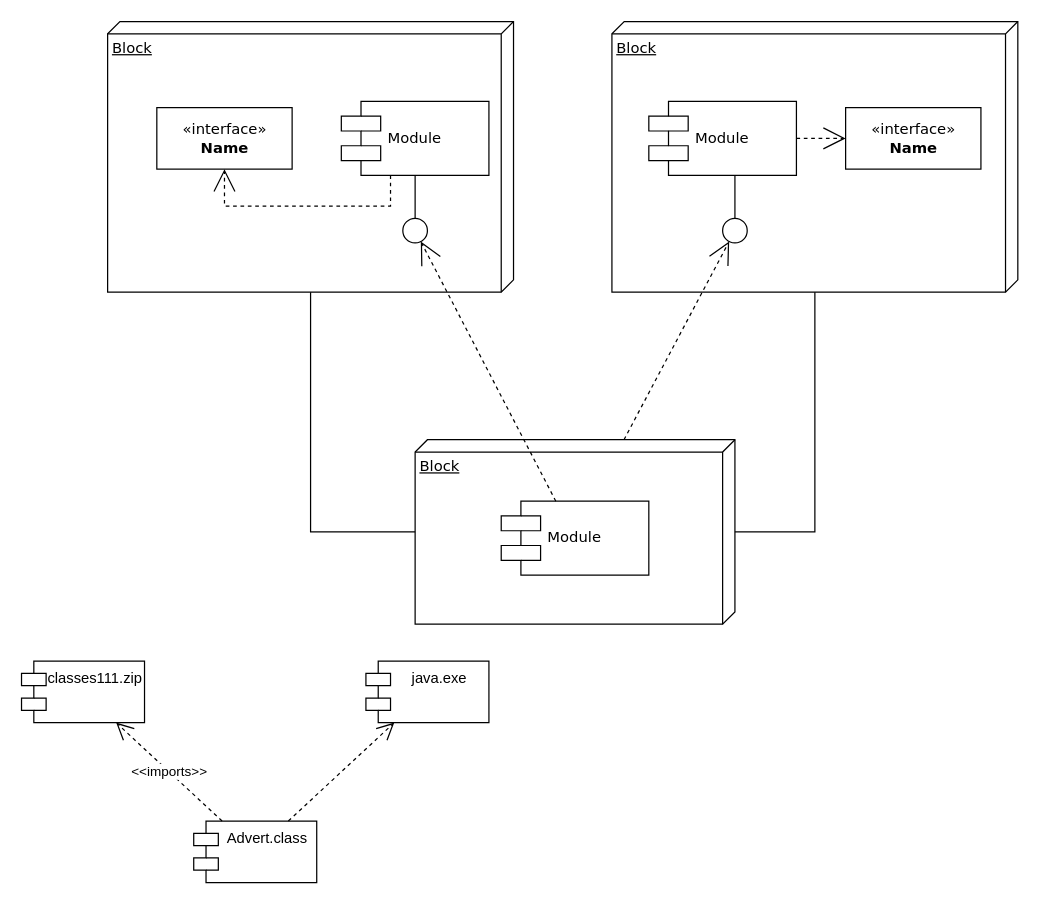
Above: Component_diagram_Homework_1.drawio in jamtings/AA (draw.io), before the change. Source tidied: cells renumbered, new cells numbered last; positions are measured from the earlier drawing's top-left corner, leaving out a move shared by most shapes. Both pictures are drawn from the tidied source at 123%, with x=0, y=0 at pixel (21, 21).
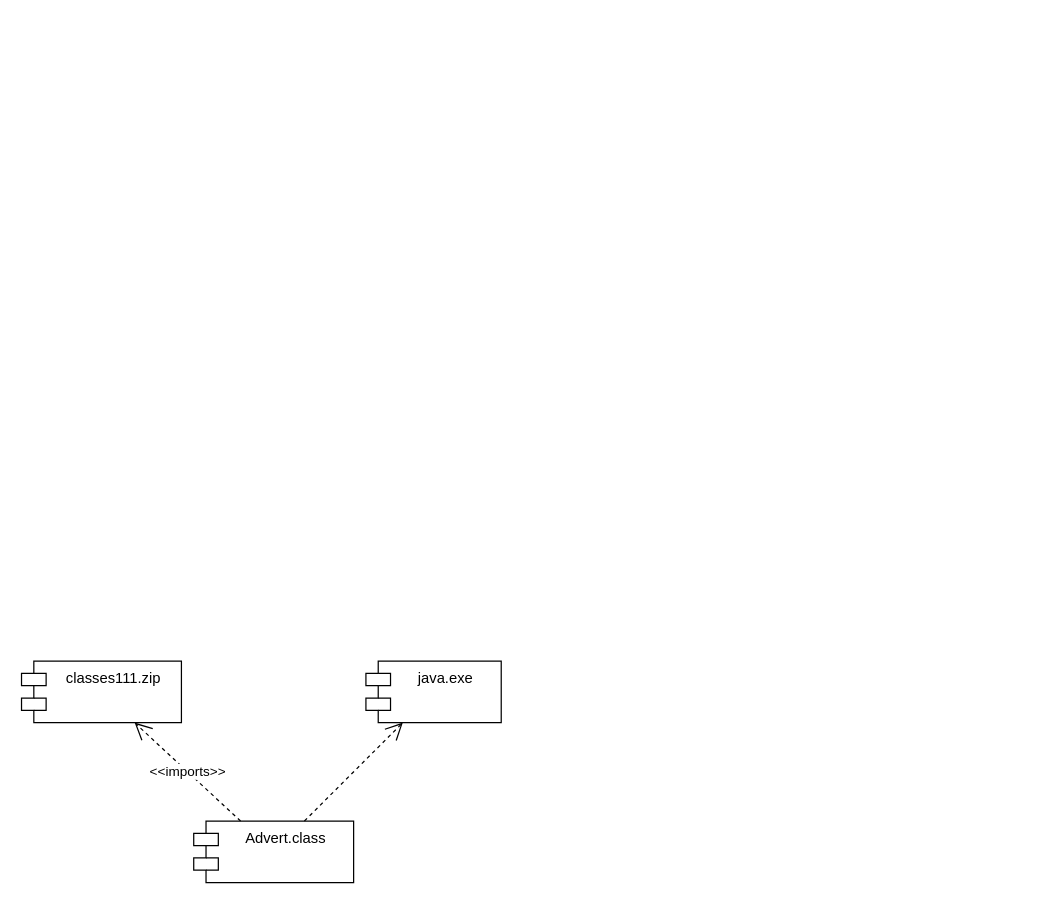
After the change.

Diff of the diagram source:
```diff
@@
-    <mxCell id="2" value="Block" style="verticalAlign=top;align=left;spacingTop=8;spacingLeft=2;spacingRight=12;shape=cube;size=10;direction=south;fontStyle=4;html=1;rounded=0;shadow=0;comic=0;labelBackgroundColor=none;strokeWidth=1;fontFamily=Verdana;fontSize=12;" parent="1" vertex="1">
-      <mxGeometry x="70" width="330" height="220" as="geometry" />
-    </mxCell>
-    <mxCell id="3" value="Block" style="verticalAlign=top;align=left;spacingTop=8;spacingLeft=2;spacingRight=12;shape=cube;size=10;direction=south;fontStyle=4;html=1;rounded=0;shadow=0;comic=0;labelBackgroundColor=none;strokeWidth=1;fontFamily=Verdana;fontSize=12;" parent="1" vertex="1">
-      <mxGeometry x="480" width="330" height="220" as="geometry" />
-    </mxCell>
-    <mxCell id="4" value="Block" style="verticalAlign=top;align=left;spacingTop=8;spacingLeft=2;spacingRight=12;shape=cube;size=10;direction=south;fontStyle=4;html=1;rounded=0;shadow=0;comic=0;labelBackgroundColor=none;strokeWidth=1;fontFamily=Verdana;fontSize=12;" parent="1" vertex="1">
-      <mxGeometry x="320" y="340" width="260" height="150" as="geometry" />
-    </mxCell>
-    <mxCell id="5" value="&amp;laquo;interface&amp;raquo;&lt;br&gt;&lt;b&gt;Name&lt;/b&gt;" style="html=1;rounded=0;shadow=0;comic=0;labelBackgroundColor=none;strokeWidth=1;fontFamily=Verdana;fontSize=12;align=center;" parent="1" vertex="1">
-      <mxGeometry x="110" y="70" width="110" height="50" as="geometry" />
-    </mxCell>
-    <mxCell id="6" value="Module" style="shape=component;align=left;spacingLeft=36;rounded=0;shadow=0;comic=0;labelBackgroundColor=none;strokeWidth=1;fontFamily=Verdana;fontSize=12;html=1;" parent="1" vertex="1">
-      <mxGeometry x="260" y="65" width="120" height="60" as="geometry" />
-    </mxCell>
-    <mxCell id="7" style="ellipse;whiteSpace=wrap;html=1;rounded=0;shadow=0;comic=0;labelBackgroundColor=none;strokeWidth=1;fontFamily=Verdana;fontSize=12;align=center;" parent="1" vertex="1">
-      <mxGeometry x="310" y="160" width="20" height="20" as="geometry" />
-    </mxCell>
-    <mxCell id="8" value="Module" style="shape=component;align=left;spacingLeft=36;rounded=0;shadow=0;comic=0;labelBackgroundColor=none;strokeWidth=1;fontFamily=Verdana;fontSize=12;html=1;" parent="1" vertex="1">
-      <mxGeometry x="510" y="65" width="120" height="60" as="geometry" />
-    </mxCell>
-    <mxCell id="9" value="&amp;laquo;interface&amp;raquo;&lt;br&gt;&lt;b&gt;Name&lt;/b&gt;" style="html=1;rounded=0;shadow=0;comic=0;labelBackgroundColor=none;strokeWidth=1;fontFamily=Verdana;fontSize=12;align=center;" parent="1" vertex="1">
-      <mxGeometry x="670" y="70" width="110" height="50" as="geometry" />
-    </mxCell>
-    <mxCell id="10" style="ellipse;whiteSpace=wrap;html=1;rounded=0;shadow=0;comic=0;labelBackgroundColor=none;strokeWidth=1;fontFamily=Verdana;fontSize=12;align=center;" parent="1" vertex="1">
-      <mxGeometry x="570" y="160" width="20" height="20" as="geometry" />
-    </mxCell>
-    <mxCell id="11" value="Module" style="shape=component;align=left;spacingLeft=36;rounded=0;shadow=0;comic=0;labelBackgroundColor=none;strokeWidth=1;fontFamily=Verdana;fontSize=12;html=1;" parent="1" vertex="1">
-      <mxGeometry x="390" y="390" width="120" height="60" as="geometry" />
-    </mxCell>
-    <mxCell id="12" style="edgeStyle=none;rounded=0;html=1;dashed=1;labelBackgroundColor=none;startArrow=none;startFill=0;startSize=8;endArrow=open;endFill=0;endSize=16;fontFamily=Verdana;fontSize=12;" parent="1" edge="1" source="11" target="7">
-      <mxGeometry relative="1" as="geometry" />
-    </mxCell>
-    <mxCell id="13" style="edgeStyle=none;rounded=0;html=1;dashed=1;labelBackgroundColor=none;startArrow=none;startFill=0;startSize=8;endArrow=open;endFill=0;endSize=16;fontFamily=Verdana;fontSize=12;" parent="1" edge="1" source="4" target="10">
-      <mxGeometry relative="1" as="geometry" />
-    </mxCell>
-    <mxCell id="14" style="edgeStyle=elbowEdgeStyle;rounded=0;html=1;labelBackgroundColor=none;startArrow=none;startFill=0;startSize=8;endArrow=none;endFill=0;endSize=16;fontFamily=Verdana;fontSize=12;" parent="1" edge="1" source="10" target="8">
-      <mxGeometry relative="1" as="geometry" />
-    </mxCell>
-    <mxCell id="15" style="edgeStyle=elbowEdgeStyle;rounded=0;html=1;labelBackgroundColor=none;startArrow=none;startFill=0;startSize=8;endArrow=none;endFill=0;endSize=16;fontFamily=Verdana;fontSize=12;" parent="1" edge="1" source="7" target="6">
-      <mxGeometry relative="1" as="geometry" />
-    </mxCell>
-    <mxCell id="16" style="edgeStyle=orthogonalEdgeStyle;rounded=0;html=1;labelBackgroundColor=none;startArrow=none;startFill=0;startSize=8;endArrow=open;endFill=0;endSize=16;fontFamily=Verdana;fontSize=12;dashed=1;" parent="1" edge="1" source="6" target="5">
-      <mxGeometry relative="1" as="geometry">
-        <Array as="points">
-          <mxPoint x="300" y="150" />
-          <mxPoint x="165" y="150" />
-        </Array>
-      </mxGeometry>
-    </mxCell>
-    <mxCell id="17" style="edgeStyle=orthogonalEdgeStyle;rounded=0;html=1;dashed=1;labelBackgroundColor=none;startArrow=none;startFill=0;startSize=8;endArrow=open;endFill=0;endSize=16;fontFamily=Verdana;fontSize=12;" parent="1" edge="1" source="8" target="9">
-      <mxGeometry relative="1" as="geometry" />
-    </mxCell>
-    <mxCell id="18" style="edgeStyle=orthogonalEdgeStyle;rounded=0;html=1;labelBackgroundColor=none;startArrow=none;startFill=0;startSize=8;endArrow=none;endFill=0;endSize=16;fontFamily=Verdana;fontSize=12;" parent="1" edge="1" source="4" target="3">
-      <mxGeometry relative="1" as="geometry">
-        <Array as="points">
-          <mxPoint x="645" y="415" />
-        </Array>
-      </mxGeometry>
-    </mxCell>
-    <mxCell id="19" style="edgeStyle=orthogonalEdgeStyle;rounded=0;html=1;labelBackgroundColor=none;startArrow=none;startFill=0;startSize=8;endArrow=none;endFill=0;endSize=16;fontFamily=Verdana;fontSize=12;" parent="1" edge="1" source="4" target="2">
-      <mxGeometry relative="1" as="geometry">
-        <Array as="points">
-          <mxPoint x="235" y="415" />
-        </Array>
-      </mxGeometry>
-    </mxCell>
     <mxCell id="20" value="Advert.class" style="shape=module;align=left;spacingLeft=20;align=center;verticalAlign=top;whiteSpace=wrap;html=1;" parent="1" vertex="1">
-      <mxGeometry x="140" y="650" width="100" height="50" as="geometry" />
+      <mxGeometry x="140" y="650" width="130" height="50" as="geometry" />
     </mxCell>
     <mxCell id="21" value="classes111.zip" style="shape=module;align=left;spacingLeft=20;align=center;verticalAlign=top;whiteSpace=wrap;html=1;" parent="1" vertex="1">
-      <mxGeometry y="520" width="100" height="50" as="geometry" />
+      <mxGeometry y="520" width="130" height="50" as="geometry" />
     </mxCell>
@@
     <mxCell id="23" value="java.exe" style="shape=module;align=left;spacingLeft=20;align=center;verticalAlign=top;whiteSpace=wrap;html=1;" parent="1" vertex="1">
-      <mxGeometry x="280" y="520" width="100" height="50" as="geometry" />
+      <mxGeometry x="280" y="520" width="110" height="50" as="geometry" />
     </mxCell>
```
